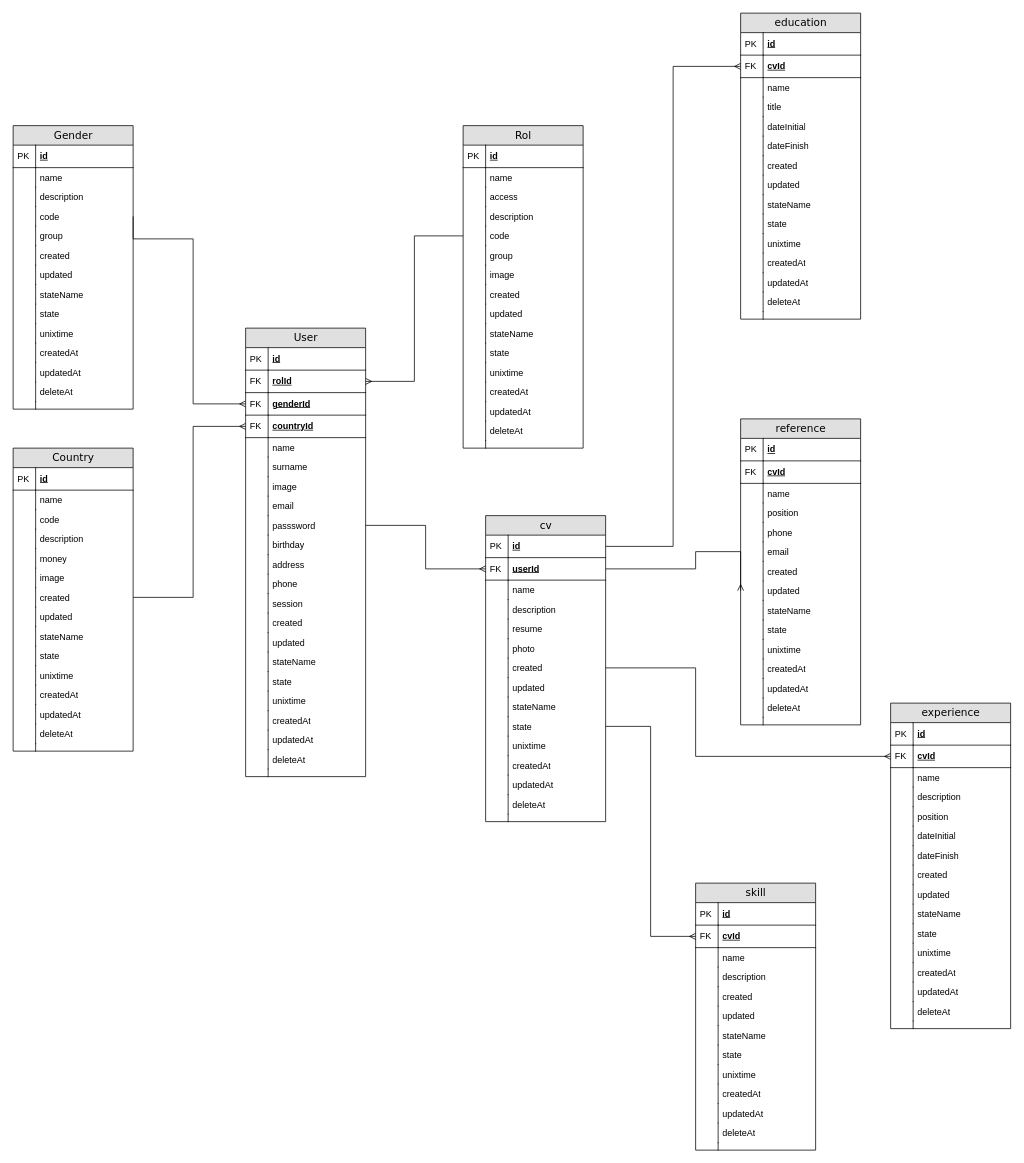
Earlier version of the draw.io diagram MER_DBCV.drawio (crispervas/docker_cv). Source tidied: cells renumbered, new cells numbered last; positions are measured from the earlier drawing's top-left corner, leaving out a move shared by most shapes. Both pictures are drawn from the tidied source at 75%, with x=0, y=0 at pixel (13, 13).
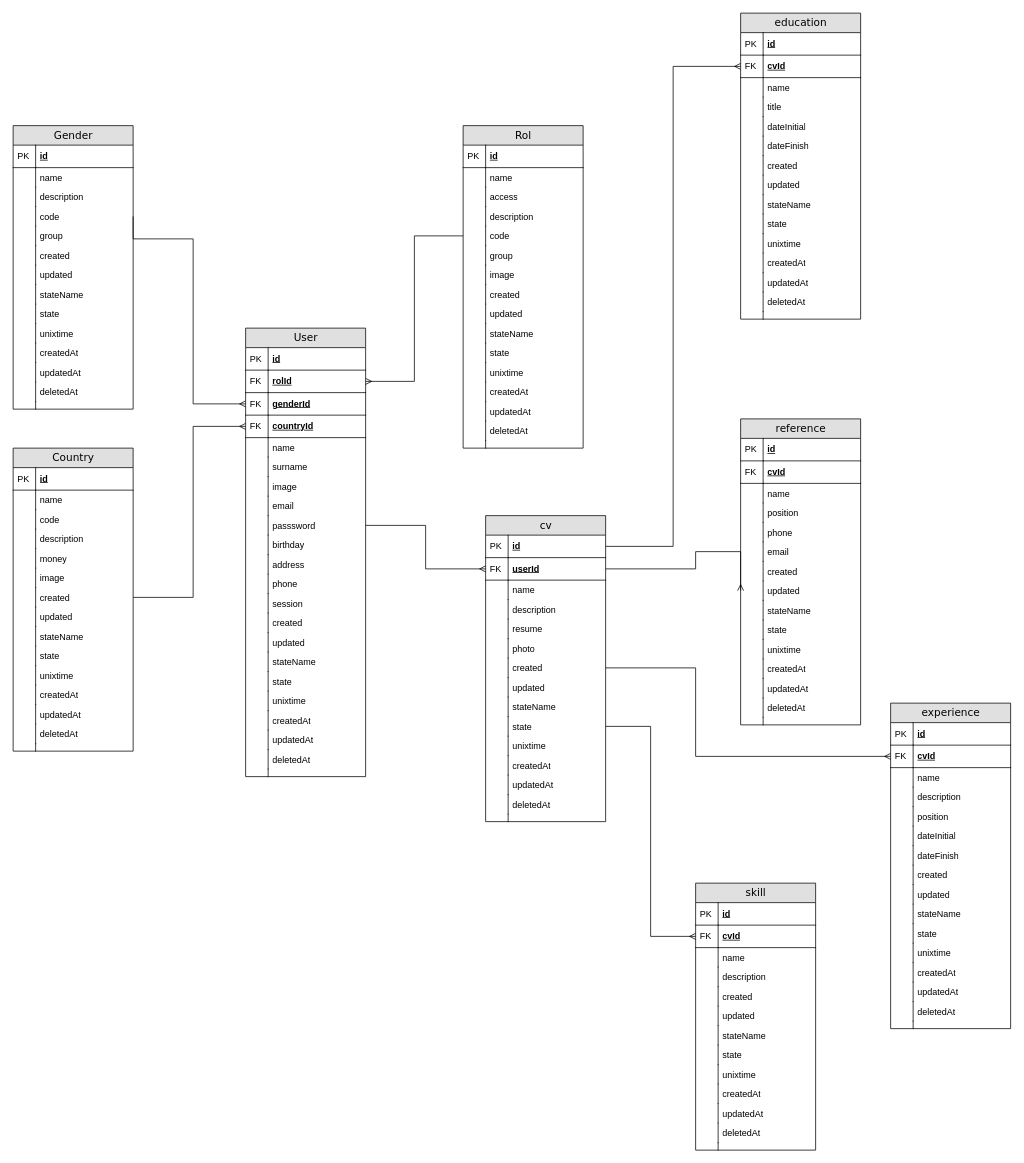
After the change.

Commit message:
DOCS modify an attribute in MER

The change refers to these unchanged cells:
```xml
<mxCell id="2" value="Rol" style="swimlane;html=1;fontStyle=0;horizontal=1;startSize=26;fillColor=#e0e0e0;swimlaneFillColor=#ffffff;align=center;rounded=0;shadow=0;comic=0;labelBackgroundColor=none;strokeWidth=1;fontFamily=Verdana;fontSize=14;swimlaneLine=1;" parent="1" vertex="1">
  <mxGeometry x="600" y="150" width="160" height="430" as="geometry" />
</mxCell>
<mxCell id="35" value="User" style="swimlane;html=1;fontStyle=0;horizontal=1;startSize=26;fillColor=#e0e0e0;swimlaneFillColor=#ffffff;align=center;rounded=0;shadow=0;comic=0;labelBackgroundColor=none;strokeWidth=1;fontFamily=Verdana;fontSize=14;swimlaneLine=1;" parent="1" vertex="1">
  <mxGeometry x="310" y="420" width="160" height="598" as="geometry" />
</mxCell>
<mxCell id="81" value="Gender" style="swimlane;html=1;fontStyle=0;horizontal=1;startSize=26;fillColor=#e0e0e0;swimlaneFillColor=#ffffff;align=center;rounded=0;shadow=0;comic=0;labelBackgroundColor=none;strokeWidth=1;fontFamily=Verdana;fontSize=14;swimlaneLine=1;" parent="1" vertex="1">
  <mxGeometry y="150" width="160" height="378" as="geometry" />
</mxCell>
<mxCell id="112" value="Country" style="swimlane;html=1;fontStyle=0;horizontal=1;startSize=26;fillColor=#e0e0e0;swimlaneFillColor=#ffffff;align=center;rounded=0;shadow=0;comic=0;labelBackgroundColor=none;strokeWidth=1;fontFamily=Verdana;fontSize=14;swimlaneLine=1;" parent="1" vertex="1">
  <mxGeometry y="580" width="160" height="404" as="geometry" />
</mxCell>
<mxCell id="143" value="cv" style="swimlane;html=1;fontStyle=0;horizontal=1;startSize=26;fillColor=#e0e0e0;swimlaneFillColor=#ffffff;align=center;rounded=0;shadow=0;comic=0;labelBackgroundColor=none;strokeWidth=1;fontFamily=Verdana;fontSize=14;swimlaneLine=1;" parent="1" vertex="1">
  <mxGeometry x="630" y="670" width="160" height="408" as="geometry" />
</mxCell>
<mxCell id="175" value="education" style="swimlane;html=1;fontStyle=0;horizontal=1;startSize=26;fillColor=#e0e0e0;swimlaneFillColor=#ffffff;align=center;rounded=0;shadow=0;comic=0;labelBackgroundColor=none;strokeWidth=1;fontFamily=Verdana;fontSize=14;swimlaneLine=1;" parent="1" vertex="1">
  <mxGeometry x="970" width="160" height="408" as="geometry" />
</mxCell>
<mxCell id="206" value="experience" style="swimlane;html=1;fontStyle=0;horizontal=1;startSize=26;fillColor=#e0e0e0;swimlaneFillColor=#ffffff;align=center;rounded=0;shadow=0;comic=0;labelBackgroundColor=none;strokeWidth=1;fontFamily=Verdana;fontSize=14;swimlaneLine=1;" parent="1" vertex="1">
  <mxGeometry x="1170" y="920" width="160" height="434" as="geometry" />
</mxCell>
<mxCell id="239" value="skill" style="swimlane;html=1;fontStyle=0;horizontal=1;startSize=26;fillColor=#e0e0e0;swimlaneFillColor=#ffffff;align=center;rounded=0;shadow=0;comic=0;labelBackgroundColor=none;strokeWidth=1;fontFamily=Verdana;fontSize=14;swimlaneLine=1;" parent="1" vertex="1">
  <mxGeometry x="910" y="1160" width="160" height="356" as="geometry" />
</mxCell>
<mxCell id="269" value="reference" style="swimlane;html=1;fontStyle=0;horizontal=1;startSize=26;fillColor=#e0e0e0;swimlaneFillColor=#ffffff;align=center;rounded=0;shadow=0;comic=0;labelBackgroundColor=none;strokeWidth=1;fontFamily=Verdana;fontSize=14;swimlaneLine=1;" parent="1" vertex="1">
  <mxGeometry x="970" y="541" width="160" height="408" as="geometry" />
</mxCell>
```

Change to the diagram source:
```diff
@@
-    <mxCell id="31" value="deleteAt" style="shape=partialRectangle;top=0;left=0;right=0;bottom=0;html=1;align=left;verticalAlign=top;fillColor=none;spacingLeft=34;spacingRight=4;whiteSpace=wrap;overflow=hidden;" parent="2" vertex="1">
+    <mxCell id="31" value="deletedAt" style="shape=partialRectangle;top=0;left=0;right=0;bottom=0;html=1;align=left;verticalAlign=top;fillColor=none;spacingLeft=34;spacingRight=4;whiteSpace=wrap;overflow=hidden;" parent="2" vertex="1">
       <mxGeometry y="394" width="160" height="26" as="geometry" />
     </mxCell>
@@
-    <mxCell id="76" value="deleteAt" style="shape=partialRectangle;top=0;left=0;right=0;bottom=0;html=1;align=left;verticalAlign=top;fillColor=none;spacingLeft=34;spacingRight=4;whiteSpace=wrap;overflow=hidden;" parent="35" vertex="1">
+    <mxCell id="76" value="deletedAt" style="shape=partialRectangle;top=0;left=0;right=0;bottom=0;html=1;align=left;verticalAlign=top;fillColor=none;spacingLeft=34;spacingRight=4;whiteSpace=wrap;overflow=hidden;" parent="35" vertex="1">
       <mxGeometry y="562" width="160" height="26" as="geometry" />
     </mxCell>
@@
-    <mxCell id="106" value="deleteAt" style="shape=partialRectangle;top=0;left=0;right=0;bottom=0;html=1;align=left;verticalAlign=top;fillColor=none;spacingLeft=34;spacingRight=4;whiteSpace=wrap;overflow=hidden;" parent="81" vertex="1">
+    <mxCell id="106" value="deletedAt" style="shape=partialRectangle;top=0;left=0;right=0;bottom=0;html=1;align=left;verticalAlign=top;fillColor=none;spacingLeft=34;spacingRight=4;whiteSpace=wrap;overflow=hidden;" parent="81" vertex="1">
       <mxGeometry y="342" width="160" height="26" as="geometry" />
     </mxCell>
@@
-    <mxCell id="139" value="deleteAt" style="shape=partialRectangle;top=0;left=0;right=0;bottom=0;html=1;align=left;verticalAlign=top;fillColor=none;spacingLeft=34;spacingRight=4;whiteSpace=wrap;overflow=hidden;" parent="112" vertex="1">
+    <mxCell id="139" value="deletedAt" style="shape=partialRectangle;top=0;left=0;right=0;bottom=0;html=1;align=left;verticalAlign=top;fillColor=none;spacingLeft=34;spacingRight=4;whiteSpace=wrap;overflow=hidden;" parent="112" vertex="1">
       <mxGeometry y="368" width="160" height="26" as="geometry" />
     </mxCell>
@@
-    <mxCell id="170" value="deleteAt" style="shape=partialRectangle;top=0;left=0;right=0;bottom=0;html=1;align=left;verticalAlign=top;fillColor=none;spacingLeft=34;spacingRight=4;whiteSpace=wrap;overflow=hidden;" parent="143" vertex="1">
+    <mxCell id="170" value="deletedAt" style="shape=partialRectangle;top=0;left=0;right=0;bottom=0;html=1;align=left;verticalAlign=top;fillColor=none;spacingLeft=34;spacingRight=4;whiteSpace=wrap;overflow=hidden;" parent="143" vertex="1">
       <mxGeometry y="372" width="160" height="26" as="geometry" />
     </mxCell>
@@
-    <mxCell id="202" value="deleteAt" style="shape=partialRectangle;top=0;left=0;right=0;bottom=0;html=1;align=left;verticalAlign=top;fillColor=none;spacingLeft=34;spacingRight=4;whiteSpace=wrap;overflow=hidden;" parent="175" vertex="1">
+    <mxCell id="202" value="deletedAt" style="shape=partialRectangle;top=0;left=0;right=0;bottom=0;html=1;align=left;verticalAlign=top;fillColor=none;spacingLeft=34;spacingRight=4;whiteSpace=wrap;overflow=hidden;" parent="175" vertex="1">
       <mxGeometry y="372" width="160" height="26" as="geometry" />
     </mxCell>
@@
-    <mxCell id="235" value="deleteAt" style="shape=partialRectangle;top=0;left=0;right=0;bottom=0;html=1;align=left;verticalAlign=top;fillColor=none;spacingLeft=34;spacingRight=4;whiteSpace=wrap;overflow=hidden;" parent="206" vertex="1">
+    <mxCell id="235" value="deletedAt" style="shape=partialRectangle;top=0;left=0;right=0;bottom=0;html=1;align=left;verticalAlign=top;fillColor=none;spacingLeft=34;spacingRight=4;whiteSpace=wrap;overflow=hidden;" parent="206" vertex="1">
       <mxGeometry y="398" width="160" height="26" as="geometry" />
     </mxCell>
@@
-    <mxCell id="262" value="deleteAt" style="shape=partialRectangle;top=0;left=0;right=0;bottom=0;html=1;align=left;verticalAlign=top;fillColor=none;spacingLeft=34;spacingRight=4;whiteSpace=wrap;overflow=hidden;" parent="239" vertex="1">
+    <mxCell id="262" value="deletedAt" style="shape=partialRectangle;top=0;left=0;right=0;bottom=0;html=1;align=left;verticalAlign=top;fillColor=none;spacingLeft=34;spacingRight=4;whiteSpace=wrap;overflow=hidden;" parent="239" vertex="1">
       <mxGeometry y="320" width="160" height="26" as="geometry" />
     </mxCell>
@@
-    <mxCell id="296" value="deleteAt" style="shape=partialRectangle;top=0;left=0;right=0;bottom=0;html=1;align=left;verticalAlign=top;fillColor=none;spacingLeft=34;spacingRight=4;whiteSpace=wrap;overflow=hidden;" parent="269" vertex="1">
+    <mxCell id="296" value="deletedAt" style="shape=partialRectangle;top=0;left=0;right=0;bottom=0;html=1;align=left;verticalAlign=top;fillColor=none;spacingLeft=34;spacingRight=4;whiteSpace=wrap;overflow=hidden;" parent="269" vertex="1">
       <mxGeometry y="372" width="160" height="26" as="geometry" />
     </mxCell>
```
